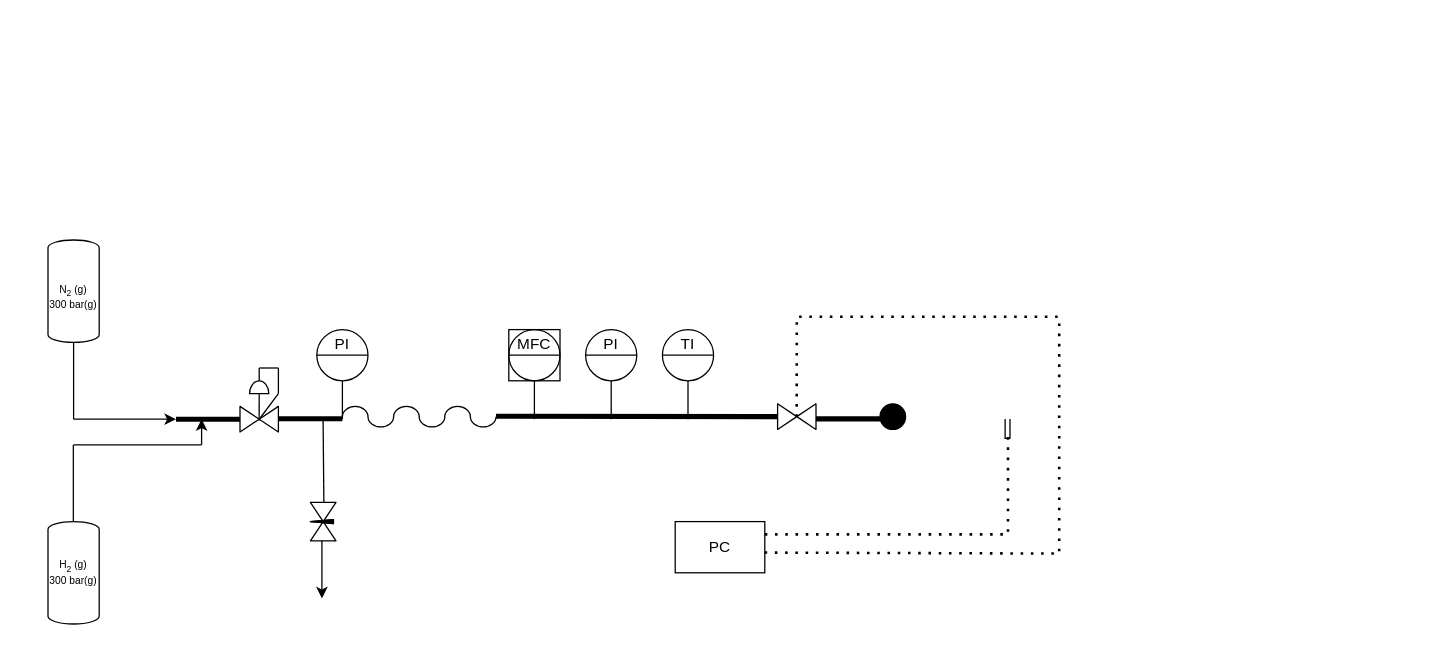
Earlier version of the draw.io diagram Namnlöst diagram.drawio (gatw/draw_io). Source tidied: cells renumbered, new cells numbered last; positions are measured from the earlier drawing's top-left corner, leaving out a move shared by most shapes. Both pictures are drawn from the tidied source at 128%, with x=0, y=0 at pixel (22, 239).
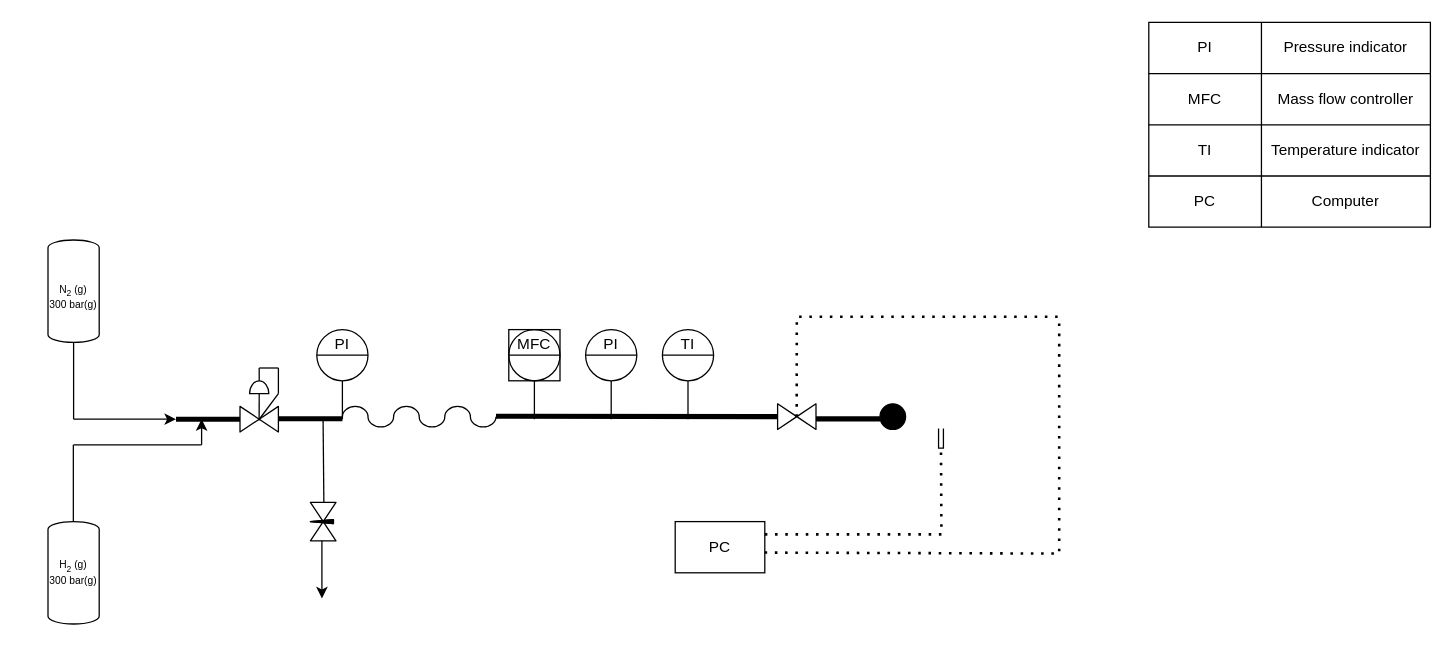
The same page after the edit.

Commit message:
spark plug location changes

The change refers to these unchanged cells:
```xml
<mxCell id="32" value="PC" style="rounded=0;whiteSpace=wrap;html=1;" parent="1" vertex="1">
  <mxGeometry x="510" y="220" width="70" height="40" as="geometry" />
</mxCell>
```

What changed in the source:
```diff
@@
-    <mxCell id="35" style="endArrow=none;dashed=1;html=1;dashPattern=1 3;strokeWidth=2;rounded=0;exitX=1;exitY=0.25;exitDx=0;exitDy=0;" parent="1" edge="1" source="32">
+    <mxCell id="35" style="endArrow=none;dashed=1;html=1;dashPattern=1 3;strokeWidth=2;rounded=0;exitX=1;exitY=0.25;exitDx=0;exitDy=0;entryX=1;entryY=0.5;entryDx=0;entryDy=0;entryPerimeter=0;" parent="1" edge="1" source="32" target="36">
       <mxGeometry relative="1" as="geometry">
-        <mxPoint x="770" y="150" as="targetPoint" />
         <Array as="points">
-          <mxPoint x="770" y="230" />
+          <mxPoint x="718" y="230" />
         </Array>
       </mxGeometry>
     </mxCell>
     <mxCell id="36" style="verticalLabelPosition=bottom;shadow=0;dashed=0;align=center;html=1;verticalAlign=top;shape=mxgraph.electrical.miscellaneous.permanent_magnet;rotation=90;" parent="1" vertex="1">
-      <mxGeometry x="762" y="145.5" width="15.3" height="3.8" as="geometry" />
+      <mxGeometry x="710" y="153" width="15.3" height="3.8" as="geometry" />
     </mxCell>
+    <mxCell id="37" style="shape=table;startSize=0;childLayout=tableLayout;" parent="1" vertex="1">
+      <mxGeometry x="880" y="-170" width="220" height="160" as="geometry" />
+    </mxCell>
+    <mxCell id="38" style="shape=tableRow;horizontal=0;startSize=0;swimlaneHead=0;swimlaneBody=0;strokeColor=inherit;top=0;left=0;bottom=0;right=0;fillColor=none;" parent="37" vertex="1">
+      <mxGeometry width="220" height="40" as="geometry" />
+    </mxCell>
+    <mxCell id="39" value="&lt;div&gt;PI&lt;/div&gt;" style="shape=partialRectangle;html=1;whiteSpace=wrap;strokeColor=inherit;overflow=hidden;fillColor=none;top=0;left=0;bottom=0;right=0;" parent="38" vertex="1">
+      <mxGeometry width="88" height="40" as="geometry" />
+    </mxCell>
+    <mxCell id="40" value="Pressure indicator" style="shape=partialRectangle;html=1;whiteSpace=wrap;strokeColor=inherit;overflow=hidden;fillColor=none;top=0;left=0;bottom=0;right=0;" parent="38" vertex="1">
+      <mxGeometry x="88" width="132" height="40" as="geometry" />
+    </mxCell>
+    <mxCell id="41" style="shape=tableRow;horizontal=0;startSize=0;swimlaneHead=0;swimlaneBody=0;strokeColor=inherit;top=0;left=0;bottom=0;right=0;fillColor=none;" parent="37" vertex="1">
+      <mxGeometry y="40" width="220" height="40" as="geometry" />
+    </mxCell>
+    <mxCell id="42" value="MFC" style="shape=partialRectangle;html=1;whiteSpace=wrap;strokeColor=inherit;overflow=hidden;fillColor=none;top=0;left=0;bottom=0;right=0;" parent="41" vertex="1">
+      <mxGeometry width="88" height="40" as="geometry" />
+    </mxCell>
+    <mxCell id="43" value="Mass flow controller" style="shape=partialRectangle;html=1;whiteSpace=wrap;strokeColor=inherit;overflow=hidden;fillColor=none;top=0;left=0;bottom=0;right=0;" parent="41" vertex="1">
+      <mxGeometry x="88" width="132" height="40" as="geometry" />
+    </mxCell>
+    <mxCell id="44" style="shape=tableRow;horizontal=0;startSize=0;swimlaneHead=0;swimlaneBody=0;strokeColor=inherit;top=0;left=0;bottom=0;right=0;fillColor=none;" parent="37" vertex="1">
+      <mxGeometry y="80" width="220" height="40" as="geometry" />
+    </mxCell>
+    <mxCell id="45" value="TI" style="shape=partialRectangle;html=1;whiteSpace=wrap;strokeColor=inherit;overflow=hidden;fillColor=none;top=0;left=0;bottom=0;right=0;" parent="44" vertex="1">
+      <mxGeometry width="88" height="40" as="geometry" />
+    </mxCell>
+    <mxCell id="46" value="Temperature indicator" style="shape=partialRectangle;html=1;whiteSpace=wrap;strokeColor=inherit;overflow=hidden;fillColor=none;top=0;left=0;bottom=0;right=0;" parent="44" vertex="1">
+      <mxGeometry x="88" width="132" height="40" as="geometry" />
+    </mxCell>
+    <mxCell id="47" style="shape=tableRow;horizontal=0;startSize=0;swimlaneHead=0;swimlaneBody=0;strokeColor=inherit;top=0;left=0;bottom=0;right=0;fillColor=none;" parent="37" vertex="1">
+      <mxGeometry y="120" width="220" height="40" as="geometry" />
+    </mxCell>
+    <mxCell id="48" value="PC" style="shape=partialRectangle;html=1;whiteSpace=wrap;strokeColor=inherit;overflow=hidden;fillColor=none;top=0;left=0;bottom=0;right=0;" parent="47" vertex="1">
+      <mxGeometry width="88" height="40" as="geometry" />
+    </mxCell>
+    <mxCell id="49" value="Computer" style="shape=partialRectangle;html=1;whiteSpace=wrap;strokeColor=inherit;overflow=hidden;fillColor=none;top=0;left=0;bottom=0;right=0;" parent="47" vertex="1">
+      <mxGeometry x="88" width="132" height="40" as="geometry" />
+    </mxCell>
```
